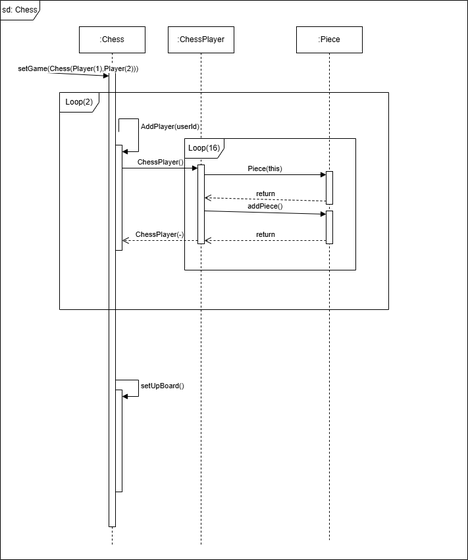
The draw.io diagram gameLogicDiagram/Chess_Sequence_Diagram.drawio.png in Ri-html/SENG-300-FINAL-GROUP-PROJECT, before a commit. Source tidied: cells renumbered, new cells last; positions are measured from the earlier drawing's top-left corner, leaving out a move shared by most shapes.
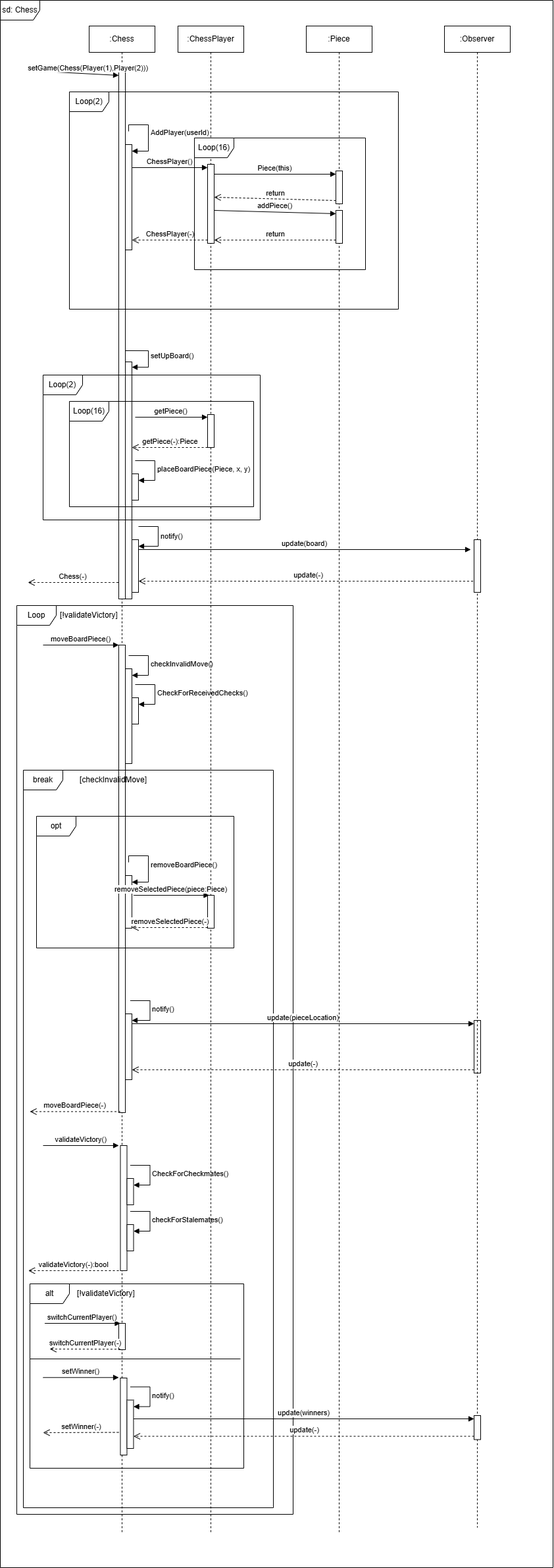
The same diagram one commit later.

Commit message:
finished chess sequence diagram

Diff of the diagram source:
```diff
@@ -5,6 +5,6 @@
     <mxCell id="2" value="sd: Chess" style="shape=umlFrame;whiteSpace=wrap;html=1;" parent="1" vertex="1">
-      <mxGeometry width="710" height="850" as="geometry" />
+      <mxGeometry x="-15" y="1" width="840" height="2380" as="geometry" />
     </mxCell>
     <mxCell id="3" value=":Chess" style="shape=umlLifeline;perimeter=lifelinePerimeter;whiteSpace=wrap;html=1;newEdgeStyle={&quot;curved&quot;:0,&quot;rounded&quot;:0};" parent="1" vertex="1">
-      <mxGeometry x="120" y="40" width="100" height="790" as="geometry" />
+      <mxGeometry x="120" y="40" width="100" height="2290" as="geometry" />
     </mxCell>
@@ -17,4 +17,4 @@
         <Array as="points">
-          <mxPoint x="60" y="140" />
-          <mxPoint x="90" y="140" />
+          <mxPoint x="60" y="150" />
+          <mxPoint x="90" y="150" />
           <mxPoint x="90" y="190" />
@@ -23,8 +23,9 @@
     </mxCell>
-    <mxCell id="6" value="setUpBoard()" style="html=1;align=left;spacingLeft=2;endArrow=block;rounded=0;edgeStyle=orthogonalEdgeStyle;curved=0;rounded=0;exitX=1;exitY=0;exitDx=0;exitDy=5;exitPerimeter=0;" parent="3" edge="1" target="7">
+    <mxCell id="6" value="setUpBoard()" style="html=1;align=left;spacingLeft=2;endArrow=block;rounded=0;edgeStyle=orthogonalEdgeStyle;curved=0;rounded=0;exitX=1;exitY=0;exitDx=0;exitDy=5;exitPerimeter=0;" parent="3" edge="1">
       <mxGeometry x="0.01" relative="1" as="geometry">
-        <mxPoint x="55" y="537" as="sourcePoint" />
+        <mxPoint x="55" y="493" as="sourcePoint" />
+        <mxPoint x="65" y="518.1" as="targetPoint" />
         <Array as="points">
-          <mxPoint x="90" y="537" />
-          <mxPoint x="90" y="562" />
+          <mxPoint x="90" y="493" />
+          <mxPoint x="90" y="518" />
         </Array>
@@ -33,6 +34,88 @@
     <mxCell id="7" style="html=1;points=[[0,0,0,0,5],[0,1,0,0,-5],[1,0,0,0,5],[1,1,0,0,-5]];perimeter=orthogonalPerimeter;outlineConnect=0;targetShapes=umlLifeline;portConstraint=eastwest;newEdgeStyle={&quot;curved&quot;:0,&quot;rounded&quot;:0};" parent="3" vertex="1">
-      <mxGeometry x="55" y="552" width="10" height="155" as="geometry" />
+      <mxGeometry x="55" y="510" width="10" height="360" as="geometry" />
     </mxCell>
+    <mxCell id="23" style="html=1;points=[[0,0,0,0,5],[0,1,0,0,-5],[1,0,0,0,5],[1,1,0,0,-5]];perimeter=orthogonalPerimeter;outlineConnect=0;targetShapes=umlLifeline;portConstraint=eastwest;newEdgeStyle={&quot;curved&quot;:0,&quot;rounded&quot;:0};" parent="3" vertex="1">
+      <mxGeometry x="64.9" y="680" width="10" height="40" as="geometry" />
+    </mxCell>
+    <mxCell id="24" value="placeBoardPiece(Piece, x, y)" style="html=1;align=left;spacingLeft=2;endArrow=block;rounded=0;edgeStyle=orthogonalEdgeStyle;curved=0;rounded=0;" parent="3" edge="1" target="23">
+      <mxGeometry relative="1" as="geometry">
+        <mxPoint x="69.9" y="660" as="sourcePoint" />
+        <Array as="points">
+          <mxPoint x="99.9" y="690" />
+        </Array>
+      </mxGeometry>
+    </mxCell>
+    <mxCell id="25" style="html=1;perimeter=orthogonalPerimeter;targetShapes=umlLifeline;newEdgeStyle={&quot;curved&quot;:0,&quot;rounded&quot;:0};" parent="3" vertex="1">
+      <mxGeometry x="45" y="940" width="10" height="710" as="geometry" />
+    </mxCell>
+    <mxCell id="26" style="html=1;perimeter=orthogonalPerimeter;targetShapes=umlLifeline;newEdgeStyle={&quot;curved&quot;:0,&quot;rounded&quot;:0};" parent="3" vertex="1">
+      <mxGeometry x="47.5" y="1700" width="10" height="190" as="geometry" />
+    </mxCell>
+    <mxCell id="27" style="html=1;points=[[0,0,0,0,5],[0,1,0,0,-5],[1,0,0,0,5],[1,1,0,0,-5]];perimeter=orthogonalPerimeter;outlineConnect=0;targetShapes=umlLifeline;portConstraint=eastwest;newEdgeStyle={&quot;curved&quot;:0,&quot;rounded&quot;:0};" parent="3" vertex="1">
+      <mxGeometry x="57.5" y="1750" width="10" height="40" as="geometry" />
+    </mxCell>
+    <mxCell id="28" value="CheckForCheckmates()" style="html=1;align=left;spacingLeft=2;endArrow=block;rounded=0;edgeStyle=orthogonalEdgeStyle;curved=0;rounded=0;" parent="3" edge="1" target="27">
+      <mxGeometry relative="1" as="geometry">
+        <mxPoint x="62.5" y="1730" as="sourcePoint" />
+        <Array as="points">
+          <mxPoint x="92.5" y="1760" />
+        </Array>
+      </mxGeometry>
+    </mxCell>
+    <mxCell id="29" style="html=1;points=[[0,0,0,0,5],[0,1,0,0,-5],[1,0,0,0,5],[1,1,0,0,-5]];perimeter=orthogonalPerimeter;outlineConnect=0;targetShapes=umlLifeline;portConstraint=eastwest;newEdgeStyle={&quot;curved&quot;:0,&quot;rounded&quot;:0};" parent="3" vertex="1">
+      <mxGeometry x="57.5" y="1820" width="10" height="40" as="geometry" />
+    </mxCell>
+    <mxCell id="30" value="checkForStalemates()" style="html=1;align=left;spacingLeft=2;endArrow=block;rounded=0;edgeStyle=orthogonalEdgeStyle;curved=0;rounded=0;" parent="3" edge="1" target="29">
+      <mxGeometry relative="1" as="geometry">
+        <mxPoint x="62.5" y="1800" as="sourcePoint" />
+        <Array as="points">
+          <mxPoint x="92.5" y="1830" />
+        </Array>
+      </mxGeometry>
+    </mxCell>
+    <mxCell id="31" style="html=1;points=[[0,0,0,0,5],[0,1,0,0,-5],[1,0,0,0,5],[1,1,0,0,-5]];perimeter=orthogonalPerimeter;outlineConnect=0;targetShapes=umlLifeline;portConstraint=eastwest;newEdgeStyle={&quot;curved&quot;:0,&quot;rounded&quot;:0};" parent="3" vertex="1">
+      <mxGeometry x="55" y="976" width="10" height="144" as="geometry" />
+    </mxCell>
+    <mxCell id="32" value="checkInvalidMove()" style="html=1;align=left;spacingLeft=2;endArrow=block;rounded=0;edgeStyle=orthogonalEdgeStyle;curved=0;rounded=0;" parent="3" edge="1" target="31">
+      <mxGeometry relative="1" as="geometry">
+        <mxPoint x="60" y="956" as="sourcePoint" />
+        <Array as="points">
+          <mxPoint x="90" y="986" />
+        </Array>
+      </mxGeometry>
+    </mxCell>
+    <mxCell id="33" style="html=1;points=[[0,0,0,0,5],[0,1,0,0,-5],[1,0,0,0,5],[1,1,0,0,-5]];perimeter=orthogonalPerimeter;outlineConnect=0;targetShapes=umlLifeline;portConstraint=eastwest;newEdgeStyle={&quot;curved&quot;:0,&quot;rounded&quot;:0};" parent="3" vertex="1">
+      <mxGeometry x="65" y="1020" width="10" height="40" as="geometry" />
+    </mxCell>
+    <mxCell id="34" value="CheckForReceivedChecks()" style="html=1;align=left;spacingLeft=2;endArrow=block;rounded=0;edgeStyle=orthogonalEdgeStyle;curved=0;rounded=0;" parent="3" edge="1" target="33">
+      <mxGeometry relative="1" as="geometry">
+        <mxPoint x="70" y="1000" as="sourcePoint" />
+        <Array as="points">
+          <mxPoint x="100" y="1030" />
+        </Array>
+      </mxGeometry>
+    </mxCell>
+    <mxCell id="35" style="html=1;points=[[0,0,0,0,5],[0,1,0,0,-5],[1,0,0,0,5],[1,1,0,0,-5]];perimeter=orthogonalPerimeter;outlineConnect=0;targetShapes=umlLifeline;portConstraint=eastwest;newEdgeStyle={&quot;curved&quot;:0,&quot;rounded&quot;:0};" parent="3" vertex="1">
+      <mxGeometry x="65" y="780" width="10" height="80" as="geometry" />
+    </mxCell>
+    <mxCell id="36" value="notify()" style="html=1;align=left;spacingLeft=2;endArrow=block;rounded=0;edgeStyle=orthogonalEdgeStyle;curved=0;rounded=0;" parent="3" edge="1" target="35">
+      <mxGeometry relative="1" as="geometry">
+        <mxPoint x="75" y="760" as="sourcePoint" />
+        <Array as="points">
+          <mxPoint x="105" y="790" />
+        </Array>
+      </mxGeometry>
+    </mxCell>
+    <mxCell id="37" value="update(board)" style="html=1;verticalAlign=bottom;endArrow=block;curved=0;rounded=0;" parent="3" edge="1" source="35">
+      <mxGeometry relative="1" as="geometry">
+        <mxPoint x="580" y="795" as="targetPoint" />
+      </mxGeometry>
+    </mxCell>
+    <mxCell id="38" value="update(-)" style="html=1;verticalAlign=bottom;endArrow=open;dashed=1;endSize=8;curved=0;rounded=0;" parent="3" edge="1" source="57">
+      <mxGeometry relative="1" as="geometry">
+        <mxPoint x="75" y="843" as="targetPoint" />
+      </mxGeometry>
+    </mxCell>
     <mxCell id="8" value=":ChessPlayer" style="shape=umlLifeline;perimeter=lifelinePerimeter;whiteSpace=wrap;html=1;newEdgeStyle={&quot;curved&quot;:0,&quot;rounded&quot;:0};" parent="1" vertex="1">
-      <mxGeometry x="255" y="40" width="100" height="790" as="geometry" />
+      <mxGeometry x="255" y="40" width="100" height="2290" as="geometry" />
     </mxCell>
@@ -41,4 +124,7 @@
     </mxCell>
+    <mxCell id="39" style="html=1;perimeter=orthogonalPerimeter;targetShapes=umlLifeline;newEdgeStyle={&quot;curved&quot;:0,&quot;rounded&quot;:0};" parent="8" vertex="1">
+      <mxGeometry x="45" y="590" width="10" height="50" as="geometry" />
+    </mxCell>
     <mxCell id="10" value=":Piece" style="shape=umlLifeline;perimeter=lifelinePerimeter;whiteSpace=wrap;html=1;newEdgeStyle={&quot;curved&quot;:0,&quot;rounded&quot;:0};" parent="1" vertex="1">
-      <mxGeometry x="450" y="40" width="100" height="780" as="geometry" />
+      <mxGeometry x="450" y="40" width="100" height="2290" as="geometry" />
     </mxCell>
@@ -47,4 +133,7 @@
     </mxCell>
+    <mxCell id="40" style="html=1;points=[[0,0,0,0,5],[0,1,0,0,-5],[1,0,0,0,5],[1,1,0,0,-5]];perimeter=orthogonalPerimeter;outlineConnect=0;targetShapes=umlLifeline;portConstraint=eastwest;newEdgeStyle={&quot;curved&quot;:0,&quot;rounded&quot;:0};" parent="10" vertex="1">
+      <mxGeometry x="255" y="1510" width="10" height="80" as="geometry" />
+    </mxCell>
     <mxCell id="12" style="html=1;points=[[0,0,0,0,5],[0,1,0,0,-5],[1,0,0,0,5],[1,1,0,0,-5]];perimeter=orthogonalPerimeter;outlineConnect=0;targetShapes=umlLifeline;portConstraint=eastwest;newEdgeStyle={&quot;curved&quot;:0,&quot;rounded&quot;:0};" parent="1" vertex="1">
-      <mxGeometry x="165" y="110" width="10" height="690" as="geometry" />
+      <mxGeometry x="165" y="110" width="10" height="800" as="geometry" />
     </mxCell>
@@ -59,3 +148,3 @@
     <mxCell id="15" value="ChessPlayer()" style="html=1;verticalAlign=bottom;endArrow=block;curved=0;rounded=0;entryX=0;entryY=0;entryDx=0;entryDy=5;entryPerimeter=0;" parent="1" edge="1" source="4" target="9">
-      <mxGeometry relative="1" as="geometry" />
+      <mxGeometry x="-0.01" relative="1" as="geometry" />
     </mxCell>
@@ -90,2 +179,175 @@
     </mxCell>
+    <mxCell id="41" value="getPiece()" style="html=1;verticalAlign=bottom;endArrow=block;curved=0;rounded=0;" parent="1" edge="1">
+      <mxGeometry x="-0.01" relative="1" as="geometry">
+        <mxPoint x="190" y="634" as="sourcePoint" />
+        <mxPoint x="300" y="634" as="targetPoint" />
+      </mxGeometry>
+    </mxCell>
+    <mxCell id="42" value="getPiece(-):Piece" style="html=1;verticalAlign=bottom;endArrow=open;dashed=1;endSize=8;curved=0;rounded=0;" parent="1" edge="1">
+      <mxGeometry relative="1" as="geometry">
+        <mxPoint x="300" y="680" as="sourcePoint" />
+        <mxPoint x="185" y="680" as="targetPoint" />
+      </mxGeometry>
+    </mxCell>
+    <mxCell id="43" value="Loop(2)" style="shape=umlFrame;whiteSpace=wrap;html=1;" parent="1" vertex="1">
+      <mxGeometry x="50" y="570" width="330" height="220" as="geometry" />
+    </mxCell>
+    <mxCell id="44" value="Loop(16)" style="shape=umlFrame;whiteSpace=wrap;html=1;" parent="1" vertex="1">
+      <mxGeometry x="90" y="610" width="280" height="160" as="geometry" />
+    </mxCell>
+    <mxCell id="45" value="Chess(-)" style="html=1;verticalAlign=bottom;endArrow=open;dashed=1;endSize=8;curved=0;rounded=0;" parent="1" edge="1">
+      <mxGeometry relative="1" as="geometry">
+        <mxPoint x="164.5" y="885" as="sourcePoint" />
+        <mxPoint x="27" y="885" as="targetPoint" />
+      </mxGeometry>
+    </mxCell>
+    <mxCell id="46" value="moveBoardPiece()" style="html=1;verticalAlign=bottom;endArrow=block;curved=0;rounded=0;entryX=0;entryY=0;entryDx=0;entryDy=5;entryPerimeter=0;" parent="1" edge="1">
+      <mxGeometry x="-0.01" relative="1" as="geometry">
+        <mxPoint x="50" y="980" as="sourcePoint" />
+        <mxPoint x="165" y="980" as="targetPoint" />
+      </mxGeometry>
+    </mxCell>
+    <mxCell id="47" value="break" style="shape=umlFrame;whiteSpace=wrap;html=1;" parent="1" vertex="1">
+      <mxGeometry x="20" y="1170" width="380" height="1120" as="geometry" />
+    </mxCell>
+    <mxCell id="48" value="[checkInvalidMove]" style="text;html=1;align=center;verticalAlign=middle;whiteSpace=wrap;rounded=0;" parent="1" vertex="1">
+      <mxGeometry x="127.5" y="1170" width="60" height="30" as="geometry" />
+    </mxCell>
+    <mxCell id="49" value="Loop" style="shape=umlFrame;whiteSpace=wrap;html=1;" parent="1" vertex="1">
+      <mxGeometry x="10" y="920" width="420" height="1380" as="geometry" />
+    </mxCell>
+    <mxCell id="50" value="[!validateVictory]" style="text;html=1;align=center;verticalAlign=middle;whiteSpace=wrap;rounded=0;" parent="1" vertex="1">
+      <mxGeometry x="90" y="920" width="60" height="30" as="geometry" />
+    </mxCell>
+    <mxCell id="51" value="moveBoardPiece(-)" style="html=1;verticalAlign=bottom;endArrow=open;dashed=1;endSize=8;curved=0;rounded=0;" parent="1" edge="1">
+      <mxGeometry relative="1" as="geometry">
+        <mxPoint x="167.5" y="1688.5" as="sourcePoint" />
+        <mxPoint x="30" y="1688.5" as="targetPoint" />
+      </mxGeometry>
+    </mxCell>
+    <mxCell id="52" style="html=1;perimeter=orthogonalPerimeter;targetShapes=umlLifeline;newEdgeStyle={&quot;curved&quot;:0,&quot;rounded&quot;:0};" parent="1" vertex="1">
+      <mxGeometry x="167.5" y="2093" width="10" height="117" as="geometry" />
+    </mxCell>
+    <mxCell id="53" style="html=1;perimeter=orthogonalPerimeter;targetShapes=umlLifeline;newEdgeStyle={&quot;curved&quot;:0,&quot;rounded&quot;:0};" parent="1" vertex="1">
+      <mxGeometry x="165" y="2010" width="10" height="40" as="geometry" />
+    </mxCell>
+    <mxCell id="54" value="alt" style="shape=umlFrame;whiteSpace=wrap;html=1;" parent="1" vertex="1">
+      <mxGeometry x="30" y="1950" width="325" height="280" as="geometry" />
+    </mxCell>
+    <mxCell id="55" value="[!validateVictory]" style="text;html=1;align=center;verticalAlign=middle;whiteSpace=wrap;rounded=0;" parent="1" vertex="1">
+      <mxGeometry x="104.8" y="1950" width="82.5" height="30" as="geometry" />
+    </mxCell>
+    <mxCell id="56" style="line;strokeWidth=1;fillColor=none;align=left;verticalAlign=middle;spacingTop=-1;spacingLeft=3;spacingRight=3;labelPosition=right;strokeColor=inherit;" parent="1" vertex="1">
+      <mxGeometry x="30" y="2060" width="320" height="8" as="geometry" />
+    </mxCell>
+    <mxCell id="57" value=":Observer" style="shape=umlLifeline;perimeter=lifelinePerimeter;whiteSpace=wrap;html=1;outlineConnect=0;portConstraint=eastwest;newEdgeStyle={&quot;curved&quot;:0,&quot;rounded&quot;:0};" parent="1" vertex="1">
+      <mxGeometry x="660" y="40" width="100" height="2280" as="geometry" />
+    </mxCell>
+    <mxCell id="58" style="html=1;perimeter=orthogonalPerimeter;targetShapes=umlLifeline;newEdgeStyle={&quot;curved&quot;:0,&quot;rounded&quot;:0};" parent="57" vertex="1">
+      <mxGeometry x="45" y="780" width="10" height="80" as="geometry" />
+    </mxCell>
+    <mxCell id="59" style="html=1;points=[[0,0,0,0,5],[0,1,0,0,-5],[1,0,0,0,5],[1,1,0,0,-5]];perimeter=orthogonalPerimeter;outlineConnect=0;targetShapes=umlLifeline;portConstraint=eastwest;newEdgeStyle={&quot;curved&quot;:0,&quot;rounded&quot;:0};" parent="57" vertex="1">
+      <mxGeometry x="45" y="2110" width="10" height="36.5" as="geometry" />
+    </mxCell>
+    <mxCell id="60" value="validateVictory()" style="html=1;verticalAlign=bottom;endArrow=block;curved=0;rounded=0;entryX=0;entryY=0;entryDx=0;entryDy=5;entryPerimeter=0;" parent="1" edge="1">
+      <mxGeometry x="-0.01" relative="1" as="geometry">
+        <mxPoint x="50" y="1740" as="sourcePoint" />
+        <mxPoint x="165" y="1740" as="targetPoint" />
+      </mxGeometry>
+    </mxCell>
+    <mxCell id="61" value="switchCurrentPlayer()" style="html=1;verticalAlign=bottom;endArrow=block;curved=0;rounded=0;entryX=0;entryY=0;entryDx=0;entryDy=5;entryPerimeter=0;" parent="1" edge="1">
+      <mxGeometry x="-0.01" relative="1" as="geometry">
+        <mxPoint x="52.5" y="2010" as="sourcePoint" />
+        <mxPoint x="167.5" y="2010" as="targetPoint" />
+      </mxGeometry>
+    </mxCell>
+    <mxCell id="62" value="validateVictory(-):bool" style="html=1;verticalAlign=bottom;endArrow=open;dashed=1;endSize=8;curved=0;rounded=0;" parent="1" edge="1">
+      <mxGeometry relative="1" as="geometry">
+        <mxPoint x="165" y="1930" as="sourcePoint" />
+        <mxPoint x="27.5" y="1930" as="targetPoint" />
+      </mxGeometry>
+    </mxCell>
+    <mxCell id="63" value="switchCurrentPlayer(-)" style="html=1;verticalAlign=bottom;endArrow=open;dashed=1;endSize=8;curved=0;rounded=0;" parent="1" edge="1">
+      <mxGeometry relative="1" as="geometry">
+        <mxPoint x="167.5" y="2049.3" as="sourcePoint" />
+        <mxPoint x="60" y="2049" as="targetPoint" />
+      </mxGeometry>
+    </mxCell>
+    <mxCell id="64" value="setWinner()" style="html=1;verticalAlign=bottom;endArrow=block;curved=0;rounded=0;entryX=0;entryY=0;entryDx=0;entryDy=5;entryPerimeter=0;" parent="1" edge="1">
+      <mxGeometry x="-0.01" relative="1" as="geometry">
+        <mxPoint x="50" y="2092.3" as="sourcePoint" />
+        <mxPoint x="165" y="2092.3" as="targetPoint" />
+      </mxGeometry>
+    </mxCell>
+    <mxCell id="65" value="setWinner(-)" style="html=1;verticalAlign=bottom;endArrow=open;dashed=1;endSize=8;curved=0;rounded=0;" parent="1" edge="1">
+      <mxGeometry relative="1" as="geometry">
+        <mxPoint x="165" y="2175.6" as="sourcePoint" />
+        <mxPoint x="50" y="2176" as="targetPoint" />
+      </mxGeometry>
+    </mxCell>
+    <mxCell id="66" value="opt" style="shape=umlFrame;whiteSpace=wrap;html=1;" parent="1" vertex="1">
+      <mxGeometry x="40" y="1240" width="300" height="200" as="geometry" />
+    </mxCell>
+    <mxCell id="67" style="html=1;points=[[0,0,0,0,5],[0,1,0,0,-5],[1,0,0,0,5],[1,1,0,0,-5]];perimeter=orthogonalPerimeter;outlineConnect=0;targetShapes=umlLifeline;portConstraint=eastwest;newEdgeStyle={&quot;curved&quot;:0,&quot;rounded&quot;:0};" parent="1" vertex="1">
+      <mxGeometry x="175" y="1330" width="10" height="80" as="geometry" />
+    </mxCell>
+    <mxCell id="68" value="removeBoardPiece()" style="html=1;align=left;spacingLeft=2;endArrow=block;rounded=0;edgeStyle=orthogonalEdgeStyle;curved=0;rounded=0;" parent="1" edge="1" target="67">
+      <mxGeometry x="0.01" relative="1" as="geometry">
+        <mxPoint x="180" y="1310" as="sourcePoint" />
+        <Array as="points">
+          <mxPoint x="180" y="1300" />
+          <mxPoint x="210" y="1300" />
+          <mxPoint x="210" y="1340" />
+        </Array>
+      </mxGeometry>
+    </mxCell>
+    <mxCell id="69" style="html=1;perimeter=orthogonalPerimeter;targetShapes=umlLifeline;newEdgeStyle={&quot;curved&quot;:0,&quot;rounded&quot;:0};" parent="1" vertex="1">
+      <mxGeometry x="300" y="1360" width="10" height="50" as="geometry" />
+    </mxCell>
+    <mxCell id="70" value="removeSelectedPiece(piece:Piece)" style="html=1;verticalAlign=bottom;endArrow=block;curved=0;rounded=0;entryX=0;entryY=0;entryDx=0;entryDy=5;entryPerimeter=0;" parent="1" edge="1">
+      <mxGeometry x="-0.01" relative="1" as="geometry">
+        <mxPoint x="187.5" y="1360" as="sourcePoint" />
+        <mxPoint x="302.5" y="1360" as="targetPoint" />
+      </mxGeometry>
+    </mxCell>
+    <mxCell id="71" value="removeSelectedPiece(-)" style="html=1;verticalAlign=bottom;endArrow=open;dashed=1;endSize=8;curved=0;rounded=0;" parent="1" edge="1">
+      <mxGeometry relative="1" as="geometry">
+        <mxPoint x="300" y="1409" as="sourcePoint" />
+        <mxPoint x="185" y="1409" as="targetPoint" />
+      </mxGeometry>
+    </mxCell>
+    <mxCell id="72" style="html=1;points=[[0,0,0,0,5],[0,1,0,0,-5],[1,0,0,0,5],[1,1,0,0,-5]];perimeter=orthogonalPerimeter;outlineConnect=0;targetShapes=umlLifeline;portConstraint=eastwest;newEdgeStyle={&quot;curved&quot;:0,&quot;rounded&quot;:0};" parent="1" vertex="1">
+      <mxGeometry x="175" y="1540" width="10" height="100" as="geometry" />
+    </mxCell>
+    <mxCell id="73" value="notify()" style="html=1;align=left;spacingLeft=2;endArrow=block;rounded=0;edgeStyle=orthogonalEdgeStyle;curved=0;rounded=0;" parent="1" edge="1" target="72">
+      <mxGeometry relative="1" as="geometry">
+        <mxPoint x="182.5" y="1520" as="sourcePoint" />
+        <Array as="points">
+          <mxPoint x="212.5" y="1550" />
+        </Array>
+      </mxGeometry>
+    </mxCell>
+    <mxCell id="74" value="update(pieceLocation)" style="html=1;verticalAlign=bottom;endArrow=block;curved=0;rounded=0;entryX=0;entryY=0;entryDx=0;entryDy=5;" parent="1" edge="1" source="72" target="40">
+      <mxGeometry relative="1" as="geometry" />
+    </mxCell>
+    <mxCell id="75" value="update(-)" style="html=1;verticalAlign=bottom;endArrow=open;dashed=1;endSize=8;curved=0;rounded=0;exitX=0;exitY=1;exitDx=0;exitDy=-5;" parent="1" edge="1" source="40" target="72">
+      <mxGeometry relative="1" as="geometry" />
+    </mxCell>
+    <mxCell id="76" style="html=1;points=[[0,0,0,0,5],[0,1,0,0,-5],[1,0,0,0,5],[1,1,0,0,-5]];perimeter=orthogonalPerimeter;outlineConnect=0;targetShapes=umlLifeline;portConstraint=eastwest;newEdgeStyle={&quot;curved&quot;:0,&quot;rounded&quot;:0};" parent="1" vertex="1">
+      <mxGeometry x="177.5" y="2126.5" width="10" height="73.5" as="geometry" />
+    </mxCell>
+    <mxCell id="77" value="notify()" style="html=1;align=left;spacingLeft=2;endArrow=block;rounded=0;edgeStyle=orthogonalEdgeStyle;curved=0;rounded=0;" parent="1" edge="1" target="76">
+      <mxGeometry relative="1" as="geometry">
+        <mxPoint x="182.5" y="2106.5" as="sourcePoint" />
+        <Array as="points">
+          <mxPoint x="212.5" y="2136.5" />
+        </Array>
+      </mxGeometry>
+    </mxCell>
+    <mxCell id="78" value="update(winners)" style="html=1;verticalAlign=bottom;endArrow=block;curved=0;rounded=0;entryX=0;entryY=0;entryDx=0;entryDy=5;" parent="1" edge="1" source="76" target="59">
+      <mxGeometry relative="1" as="geometry" />
+    </mxCell>
+    <mxCell id="79" value="update(-)" style="html=1;verticalAlign=bottom;endArrow=open;dashed=1;endSize=8;curved=0;rounded=0;exitX=0;exitY=1;exitDx=0;exitDy=-5;" parent="1" edge="1" source="59" target="76">
+      <mxGeometry relative="1" as="geometry" />
+    </mxCell>
   </root>
```
